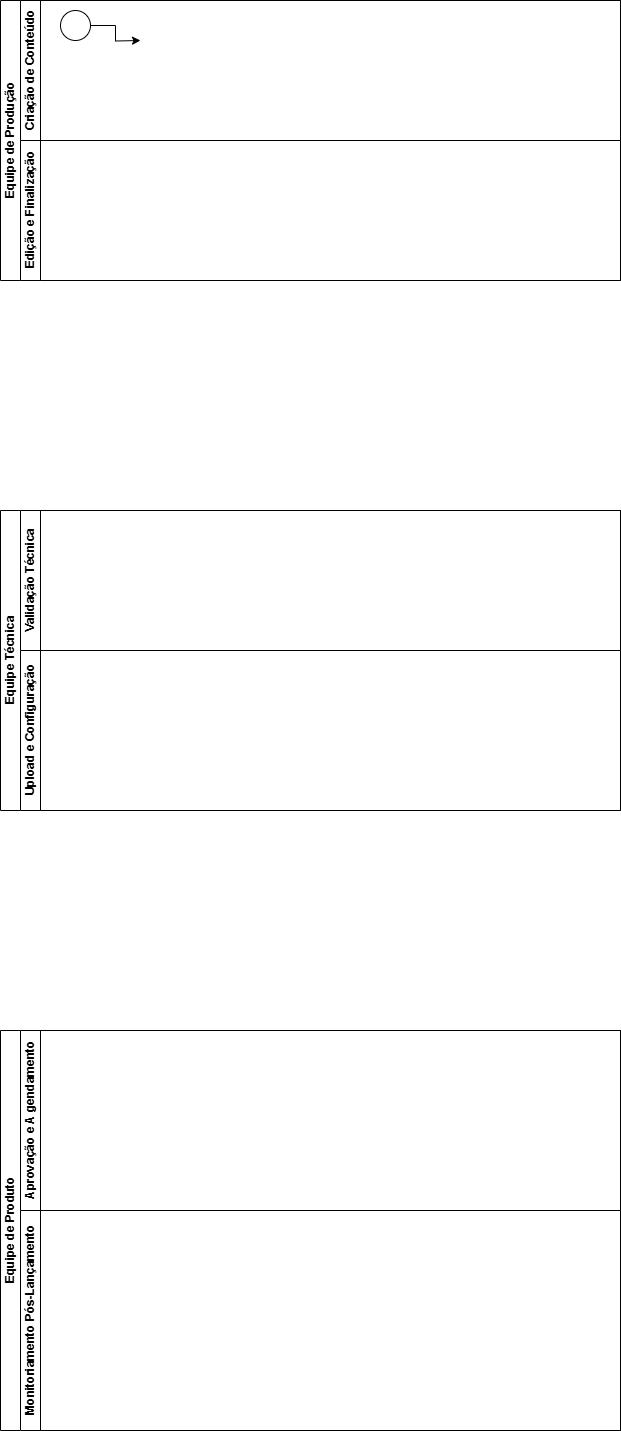
Earlier version of the draw.io export Diagrama 2.0.drawio.png (Andynlx01/fluxograma.aprensa-o). Source tidied: cells renumbered, new cells last; positions are measured from the earlier drawing's top-left corner, leaving out a move shared by most shapes. The source it was exported from:
```xml
<mxGraphModel>
  <root>
    <mxCell id="0" />
    <mxCell id="1" parent="0" />
    <mxCell id="2" value="Equipe de Produção" style="swimlane;horizontal=0;startSize=20;html=1;" parent="1" vertex="1">
      <mxGeometry width="620" height="280" as="geometry" />
    </mxCell>
    <mxCell id="3" value="Criação de Conteúdo" style="swimlane;startSize=20;horizontal=0;html=1;" parent="2" vertex="1">
      <mxGeometry x="20" width="600" height="140" as="geometry" />
    </mxCell>
    <mxCell id="4" style="edgeStyle=orthogonalEdgeStyle;rounded=0;jettySize=auto;html=1;" parent="3" edge="1" source="5">
      <mxGeometry relative="1" as="geometry">
        <mxPoint x="120" y="40" as="targetPoint" />
      </mxGeometry>
    </mxCell>
    <mxCell id="5" style="verticalLabelPosition=bottom;verticalAlign=top;html=1;shape=mxgraph.flowchart.on-page_reference;" parent="3" vertex="1">
      <mxGeometry x="40" y="10" width="30" height="30" as="geometry" />
    </mxCell>
    <mxCell id="6" value="Edição e Finalização" style="swimlane;startSize=20;horizontal=0;html=1;" parent="2" vertex="1">
      <mxGeometry x="20" y="140" width="600" height="140" as="geometry" />
    </mxCell>
    <mxCell id="7" value="Equipe Técnica" style="swimlane;horizontal=0;startSize=20;html=1;" parent="1" vertex="1">
      <mxGeometry y="510" width="620" height="300" as="geometry" />
    </mxCell>
    <mxCell id="8" value="Validação Técnica" style="swimlane;startSize=20;horizontal=0;html=1;" parent="7" vertex="1">
      <mxGeometry x="20" width="600" height="140" as="geometry" />
    </mxCell>
    <mxCell id="9" value="Upload e Configuração" style="swimlane;startSize=20;horizontal=0;html=1;" parent="7" vertex="1">
      <mxGeometry x="20" y="140" width="600" height="160" as="geometry" />
    </mxCell>
    <mxCell id="10" value="Equipe de Produto" style="swimlane;horizontal=0;startSize=20;html=1;" parent="1" vertex="1">
      <mxGeometry y="1030" width="620" height="400" as="geometry" />
    </mxCell>
    <mxCell id="11" value="Aprovação e A gendamento" style="swimlane;startSize=20;horizontal=0;html=1;" parent="10" vertex="1">
      <mxGeometry x="20" width="600" height="180" as="geometry" />
    </mxCell>
    <mxCell id="12" value="Monitoriamento Pós-Lançamento" style="swimlane;startSize=20;horizontal=0;html=1;" parent="10" vertex="1">
      <mxGeometry x="20" y="180" width="600" height="220" as="geometry" />
    </mxCell>
  </root>
</mxGraphModel>
```
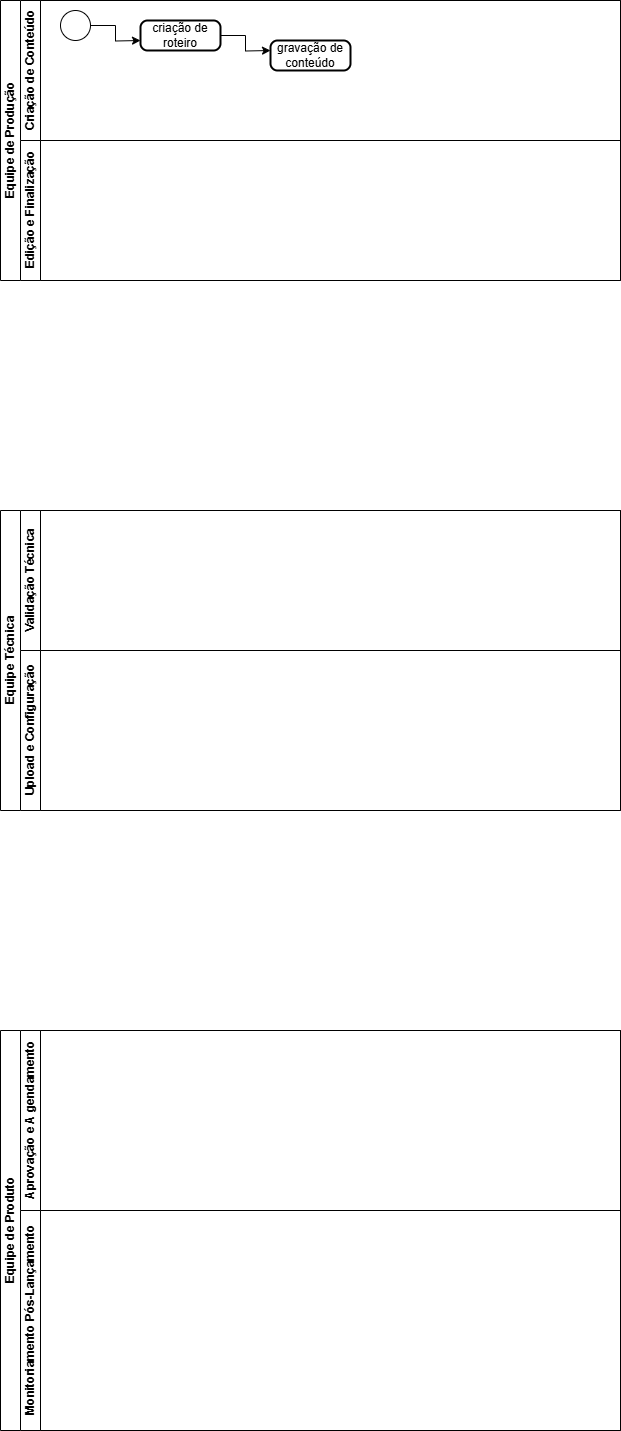
After the change.

What changed in the source:
```diff
@@ -16,6 +16,17 @@
     <mxCell id="5" style="verticalLabelPosition=bottom;verticalAlign=top;html=1;shape=mxgraph.flowchart.on-page_reference;" parent="3" vertex="1">
       <mxGeometry x="40" y="10" width="30" height="30" as="geometry" />
     </mxCell>
+    <mxCell id="13" style="edgeStyle=orthogonalEdgeStyle;rounded=0;jettySize=auto;html=1;" parent="3" edge="1" source="14">
+      <mxGeometry relative="1" as="geometry">
+        <mxPoint x="250" y="50" as="targetPoint" />
+      </mxGeometry>
+    </mxCell>
+    <mxCell id="14" value="criação de roteiro" style="rounded=1;whiteSpace=wrap;html=1;absoluteArcSize=1;arcSize=14;strokeWidth=2;" parent="3" vertex="1">
+      <mxGeometry x="120" y="20" width="80" height="30" as="geometry" />
+    </mxCell>
+    <mxCell id="15" value="gravação de conteúdo" style="rounded=1;whiteSpace=wrap;html=1;absoluteArcSize=1;arcSize=14;strokeWidth=2;" parent="3" vertex="1">
+      <mxGeometry x="250" y="40" width="80" height="30" as="geometry" />
+    </mxCell>
     <mxCell id="6" value="Edição e Finalização" style="swimlane;startSize=20;horizontal=0;html=1;" parent="2" vertex="1">
       <mxGeometry x="20" y="140" width="600" height="140" as="geometry" />
     </mxCell>
```
